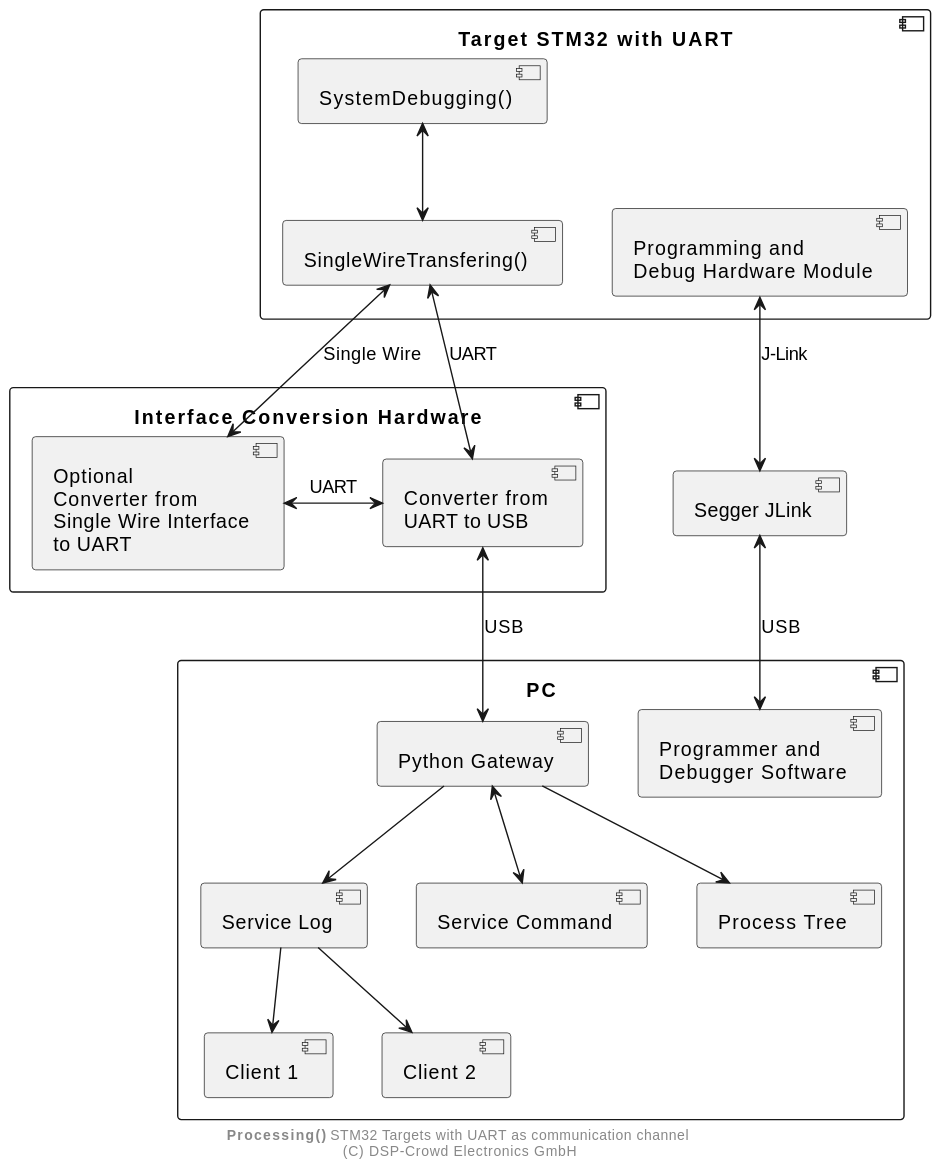
Earlier version of the PlantUML export doc/system/stm32-uart.svg (NoOrientationProgramming/ProcessingTutorials). The source it was exported from:
```plantuml
@startuml


component PC as pc {
  component "Python Gateway" as gw

  component "Service Log" as log
  component "Service Command" as cmd
  component "Process Tree" as tree

  component "Client 1" as clt1
  component "Client 2" as clt2

  component "Programmer and\nDebugger Software" as dbgPc
}

component "Interface Conversion Hardware" as cnvt {
  component "Optional\nConverter from\nSingle Wire Interface\nto UART" as cnvt1
  component "Converter from\nUART to USB" as cnvt2
}

component "Segger JLink" as seg

component "Target STM32 with UART" as trg {
  component "SystemDebugging()" as dbg
  component "SingleWireTransfering()" as swt
  component "Programming and\nDebug Hardware Module" as segInt
}

dbg <--> swt

gw -[hidden]r- dbgPc

swt -[hidden]r- segInt

swt <--> cnvt1 : Single Wire
swt <--> cnvt2 : UART

cnvt1 <-> cnvt2 : UART
cnvt2 <--> gw : USB

segInt <--> seg : J-Link

seg <--> dbgPc : USB

gw --> log
gw <--> cmd
gw --> tree

log --> clt1
log --> clt2

footer **Processing()** STM32 Targets with UART as communication channel \n(C) DSP-Crowd Electronics GmbH

@enduml
```
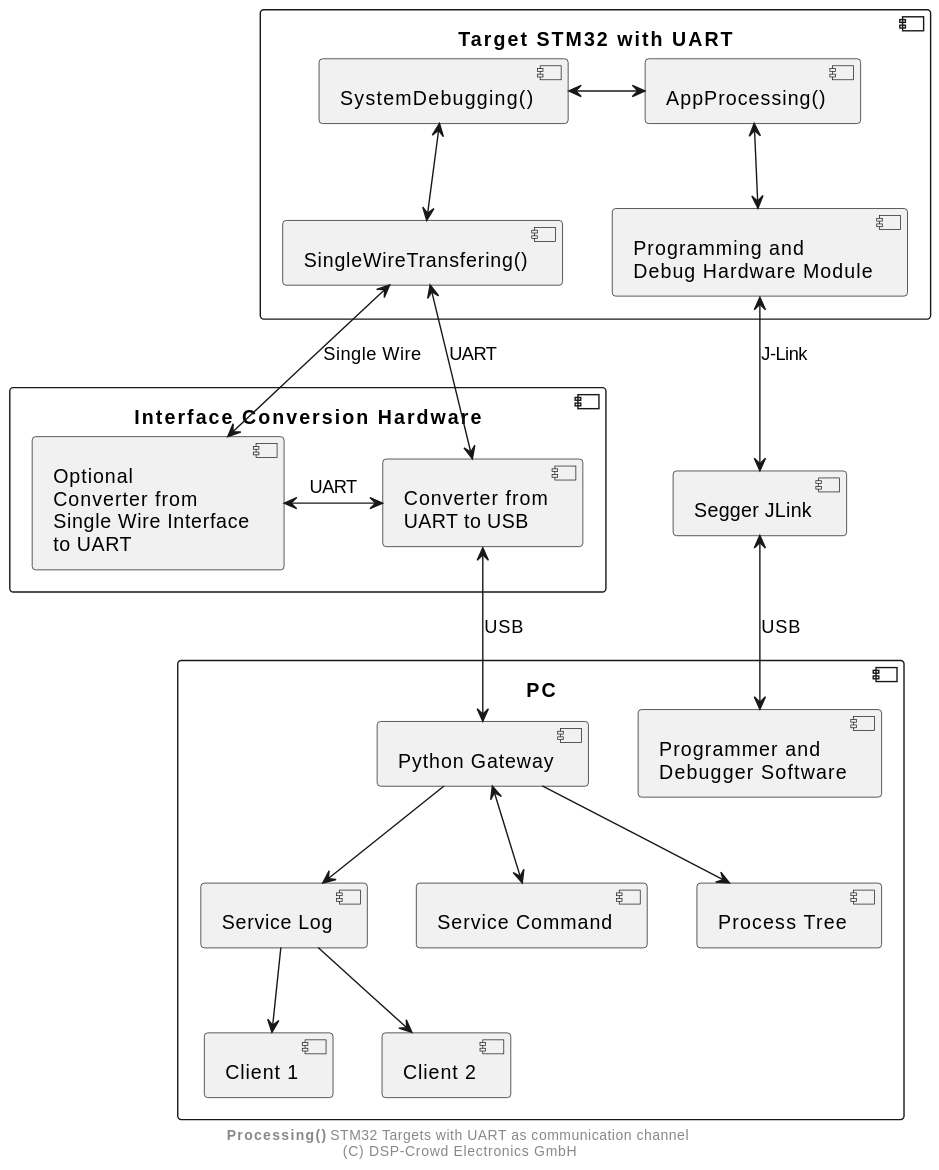
Later version of the same file.

Commit message:
doc: Update stm32-uart

Change to the diagram source:
```diff
@@ -25,9 +25,12 @@
   component "SystemDebugging()" as dbg
   component "SingleWireTransfering()" as swt
   component "Programming and\nDebug Hardware Module" as segInt
+  component "AppProcessing()" as app
 }
 
 dbg <--> swt
+dbg <-> app
+app <--> segInt
 
 gw -[hidden]r- dbgPc
 
```
